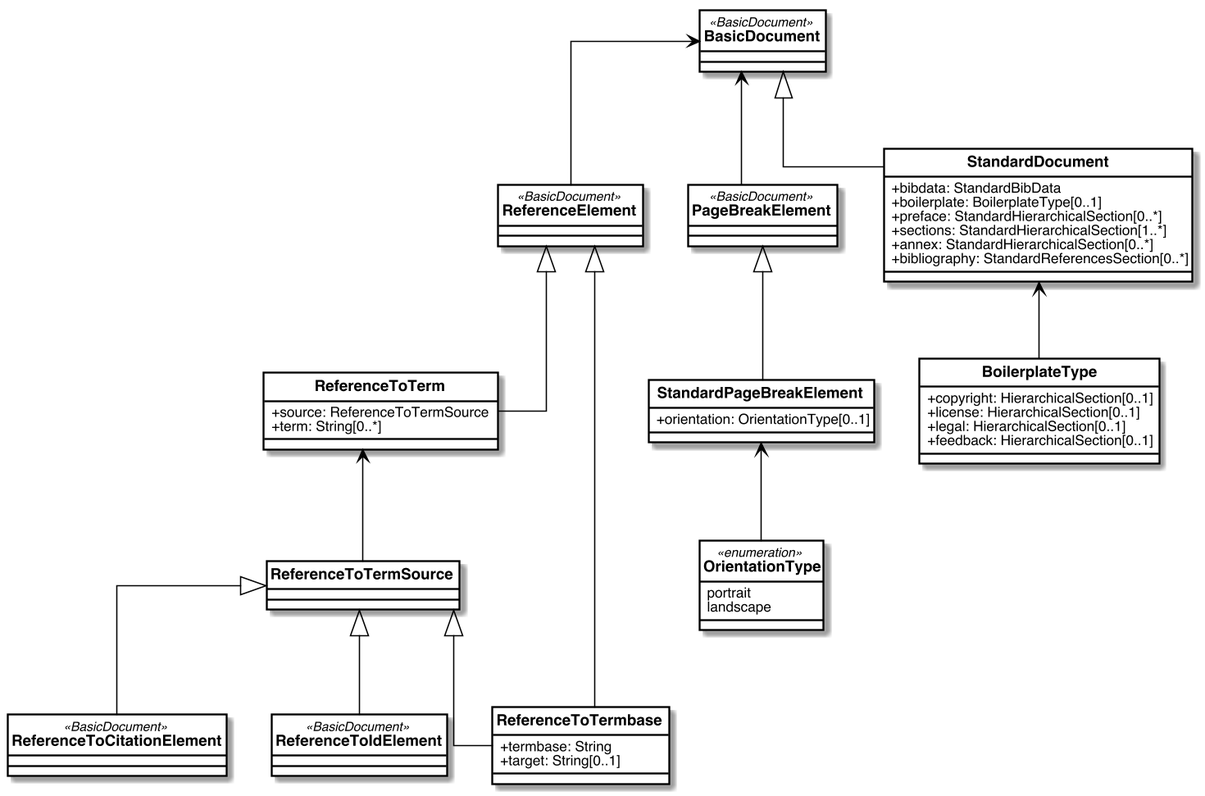
Above: standoc/images/StandardDoc_StandardDocument.png in metanorma/standoc-models (PlantUML), before the change.
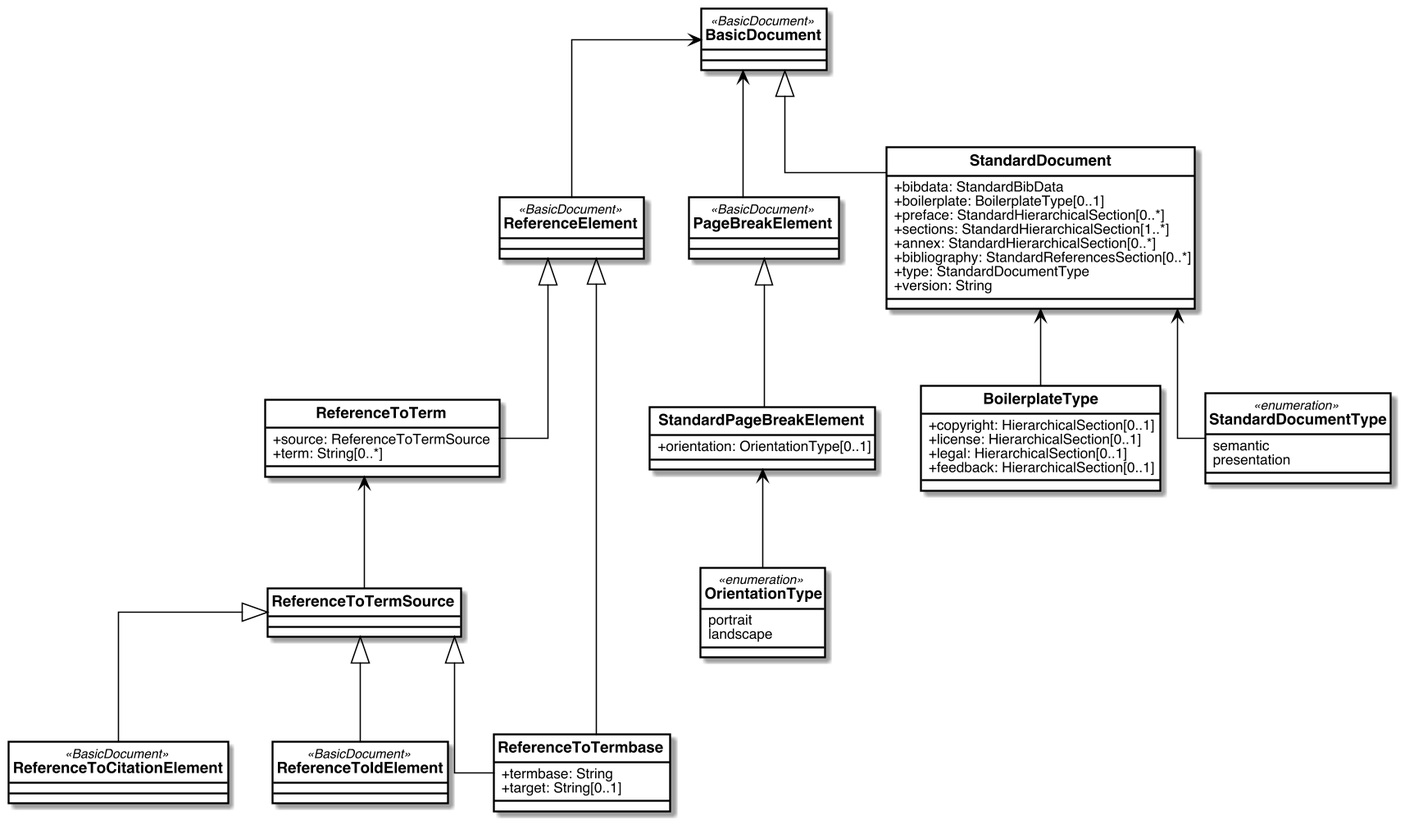
After the commit.

Commit message:
versioning: https://github.com/metanorma/metanorma-standoc/issues/325

The edit, as a diff of the source:
```diff
@@ -1,44 +1,6 @@
 @startuml StandardDoc_StandardDocument
 
-
-skinparam Dpi 150
-skinparam Monochrome false
-skinparam LineType ortho
-hide circle
-skinparam Default {
-  TextAlignment center
-  FontName Helvetica
-}
-skinparam Class {
-  AttributeIconSize 0
-  BackgroundColor White
-  ArrowColor Black
-  BorderColor Black
-  FontStyle bold
-  StereotypeFontSize 10
-}
-skinparam Rectangle {
-  BackgroundColor White
-  ArrowColor Black
-  BorderColor Black
-  FontStyle bold
-  FontSize 11
-  StereotypeFontSize 10
-}
-skinparam Object {
-  BackgroundColor White
-  ArrowColor Black
-  BorderColor Black
-  FontStyle bold
-  FontSize 11
-  StereotypeFontSize 10
-}
-
-skinparam Entity {
-  StereotypeFontSize 10
-}
-
-
+!include style.uml.inc
 
 
 class BasicDocument <<BasicDocument>> {
@@ -82,6 +44,8 @@
     +sections: StandardHierarchicalSection[1..*]
     +annex: StandardHierarchicalSection[0..*]
     +bibliography: StandardReferencesSection[0..*]
+    +type: StandardDocumentType
+    +version: String
 }
 
 class BoilerplateType {
@@ -91,10 +55,16 @@
     + feedback: HierarchicalSection[0..1]
 }
 
+enum StandardDocumentType <<enumeration>> {
+     semantic
+     presentation
+}
+
 
 
 
 BasicDocument <|-- StandardDocument
+StandardDocument <-- StandardDocumentType
 StandardDocument <-- BoilerplateType
 BasicDocument <-- ReferenceElement
 BasicDocument <-- PageBreakElement
```
